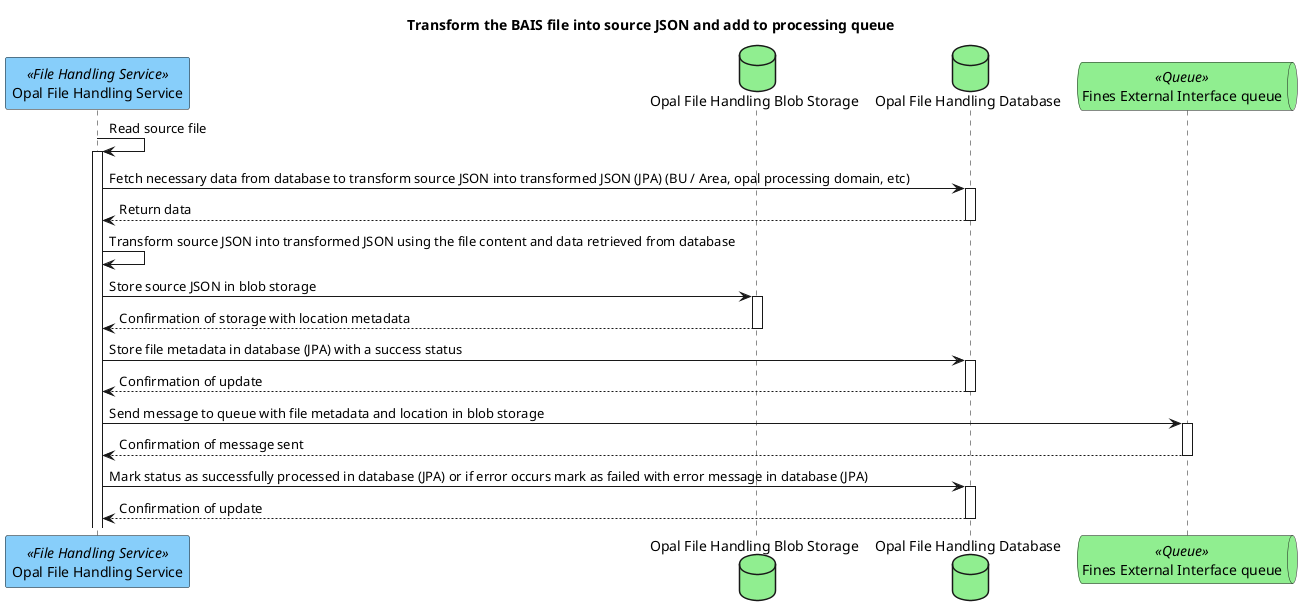
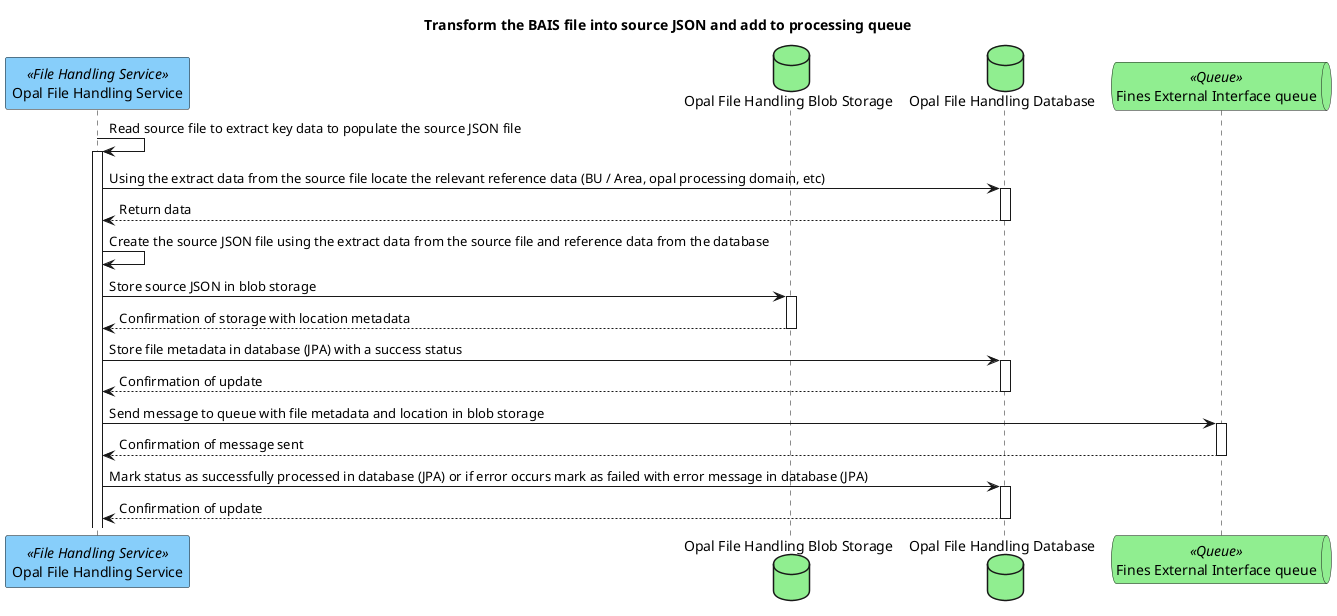
@startuml
title Transform the BAIS file into source JSON and add to processing queue

participant "Opal File Handling Service" as fileHandlingService <<File Handling Service>> #LightSkyBlue
database "Opal File Handling Blob Storage" as fileHandlingBlobStorage #LightGreen
database "Opal File Handling Database" as fileHandlingDb #LightGreen
queue "Fines External Interface queue" as finesExternalInterfaceQueue <<Queue>> #lightgreen


- fileHandlingService -> fileHandlingService ++: Read source file
- fileHandlingService -> fileHandlingDb ++ : Fetch necessary data from database to transform source JSON into transformed JSON (JPA) (BU / Area, opal processing domain, etc)
+ fileHandlingService -> fileHandlingService ++: Read source file to extract key data to populate the source JSON file
+ fileHandlingService -> fileHandlingDb ++ : Using the extract data from the source file locate the relevant reference data (BU / Area, opal processing domain, etc)
fileHandlingDb --> fileHandlingService -- : Return data
- fileHandlingService -> fileHandlingService : Transform source JSON into transformed JSON using the file content and data retrieved from database
+ fileHandlingService -> fileHandlingService : Create the source JSON file using the extract data from the source file and reference data from the database
fileHandlingService -> fileHandlingBlobStorage ++ : Store source JSON in blob storage
fileHandlingBlobStorage --> fileHandlingService -- : Confirmation of storage with location metadata
fileHandlingService -> fileHandlingDb ++ : Store file metadata in database (JPA) with a success status
fileHandlingDb --> fileHandlingService -- : Confirmation of update

fileHandlingService -> finesExternalInterfaceQueue ++ : Send message to queue with file metadata and location in blob storage
finesExternalInterfaceQueue --> fileHandlingService -- : Confirmation of message sent
fileHandlingService -> fileHandlingDb ++ : Mark status as successfully processed in database (JPA) or if error occurs mark as failed with error message in database (JPA)
fileHandlingDb --> fileHandlingService -- : Confirmation of update

@enduml